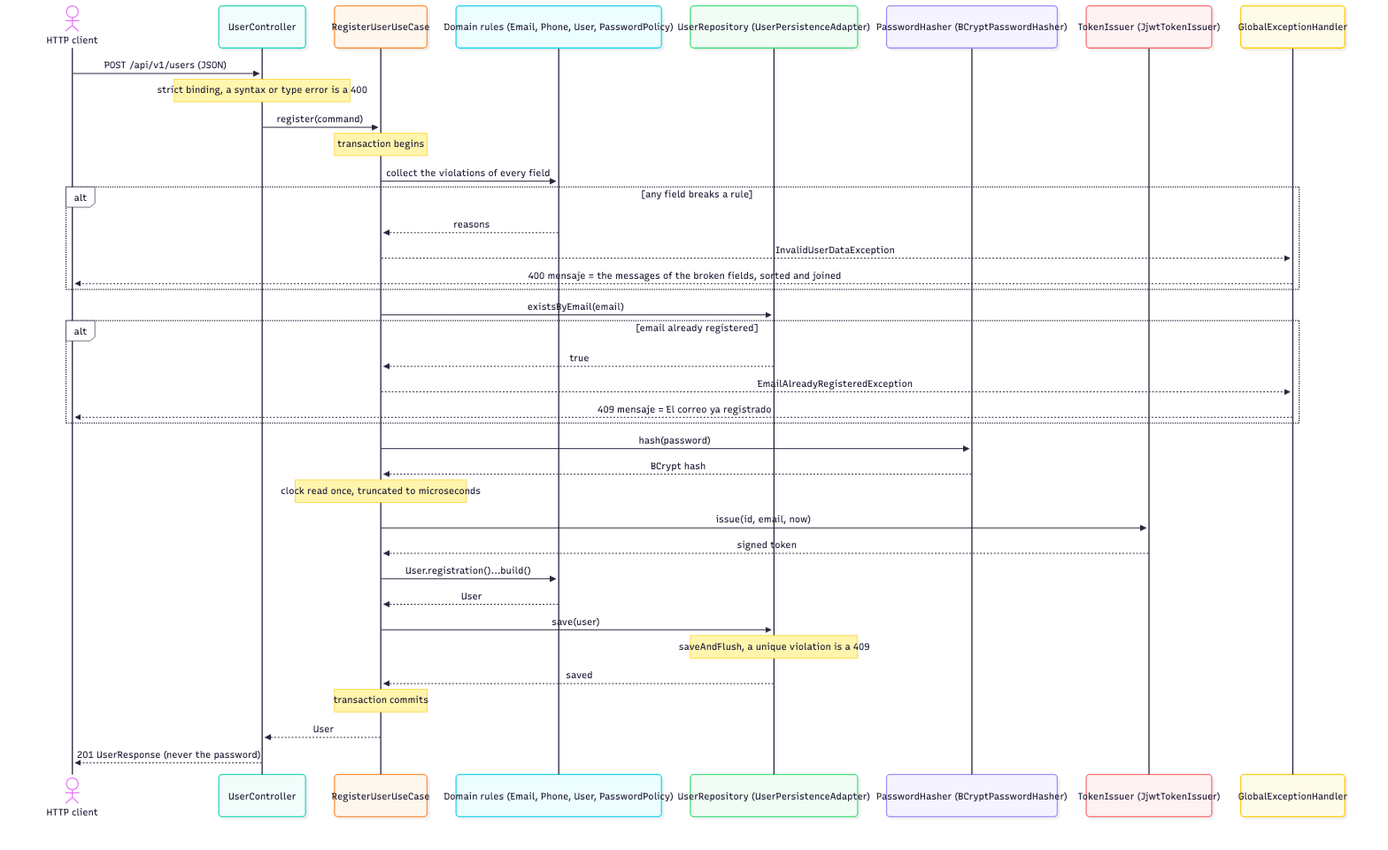
gussvill/registro-usuarios-api keeps this Mermaid diagram as docs/diagrams/registration-sequence.png. Above is the earlier version. Its source is kept beside it as docs/diagrams/registration-sequence.mmd.
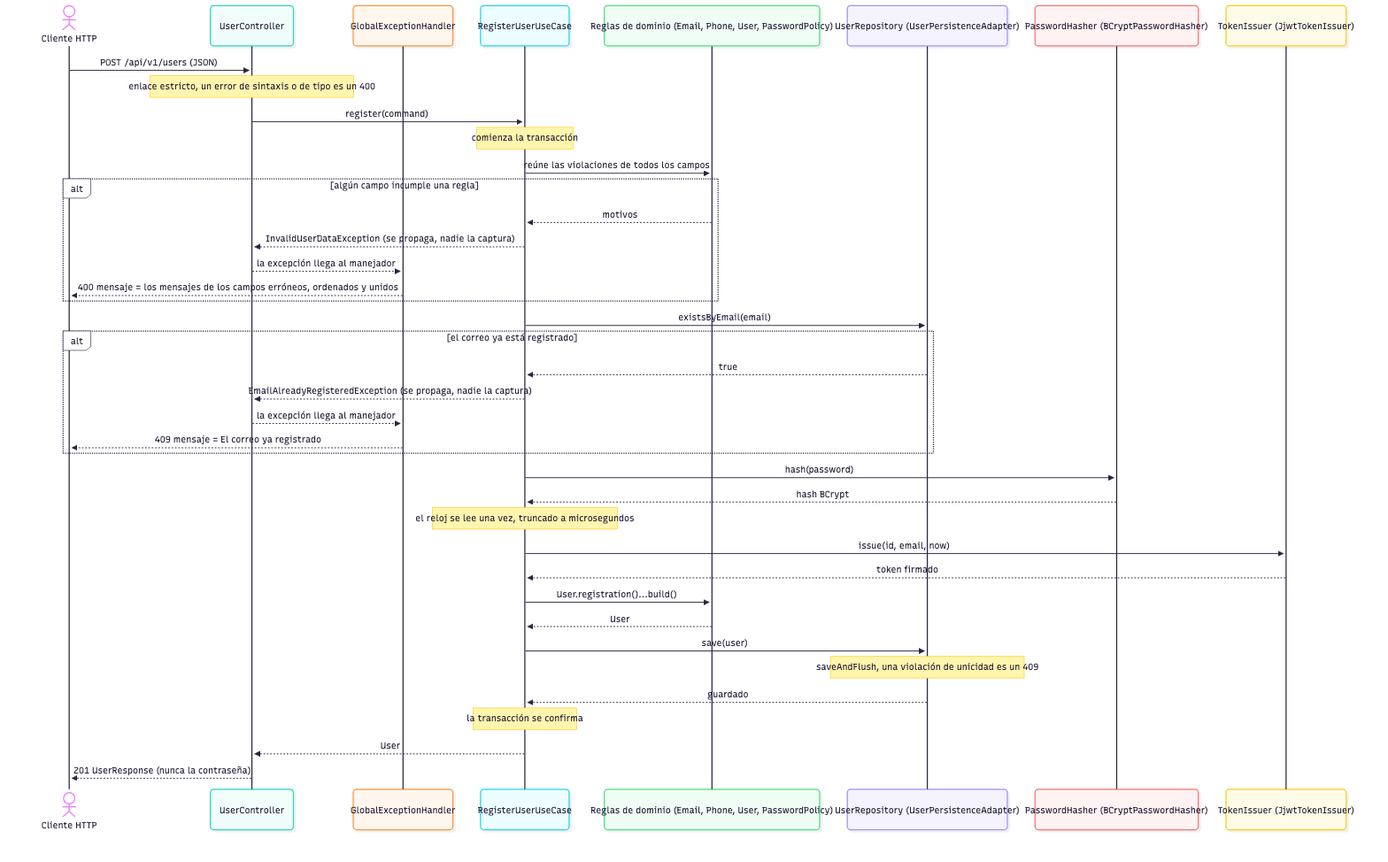
The same file after the commit.

Diff of the diagram source:
```diff
@@ -1,39 +1,41 @@
 sequenceDiagram
-  actor C as HTTP client
+  actor C as Cliente HTTP
   participant W as UserController
+  participant E as GlobalExceptionHandler
   participant U as RegisterUserUseCase
-  participant D as Domain rules (Email, Phone, User, PasswordPolicy)
+  participant D as Reglas de dominio (Email, Phone, User, PasswordPolicy)
   participant R as UserRepository (UserPersistenceAdapter)
   participant H as PasswordHasher (BCryptPasswordHasher)
   participant T as TokenIssuer (JjwtTokenIssuer)
-  participant E as GlobalExceptionHandler
 
   C->>W: POST /api/v1/users (JSON)
-  Note over W: strict binding, a syntax or type error is a 400
+  Note over W: enlace estricto, un error de sintaxis o de tipo es un 400
   W->>U: register(command)
-  Note over U: transaction begins
-  U->>D: collect the violations of every field
-  alt any field breaks a rule
-    D-->>U: reasons
-    U-->>E: InvalidUserDataException
-    E-->>C: 400 mensaje = the messages of the broken fields, sorted and joined
+  Note over U: comienza la transacción
+  U->>D: reúne las violaciones de todos los campos
+  alt algún campo incumple una regla
+    D-->>U: motivos
+    U-->>W: InvalidUserDataException (se propaga, nadie la captura)
+    W-->>E: la excepción llega al manejador
+    E-->>C: 400 mensaje = los mensajes de los campos erróneos, ordenados y unidos
   end
   U->>R: existsByEmail(email)
-  alt email already registered
+  alt el correo ya está registrado
     R-->>U: true
-    U-->>E: EmailAlreadyRegisteredException
+    U-->>W: EmailAlreadyRegisteredException (se propaga, nadie la captura)
+    W-->>E: la excepción llega al manejador
     E-->>C: 409 mensaje = El correo ya registrado
   end
   U->>H: hash(password)
-  H-->>U: BCrypt hash
-  Note over U: clock read once, truncated to microseconds
+  H-->>U: hash BCrypt
+  Note over U: el reloj se lee una vez, truncado a microsegundos
   U->>T: issue(id, email, now)
-  T-->>U: signed token
+  T-->>U: token firmado
   U->>D: User.registration()...build()
   D-->>U: User
   U->>R: save(user)
-  Note over R: saveAndFlush, a unique violation is a 409
-  R-->>U: saved
-  Note over U: transaction commits
+  Note over R: saveAndFlush, una violación de unicidad es un 409
+  R-->>U: guardado
+  Note over U: la transacción se confirma
   U-->>W: User
-  W-->>C: 201 UserResponse (never the password)
+  W-->>C: 201 UserResponse (nunca la contraseña)
```
